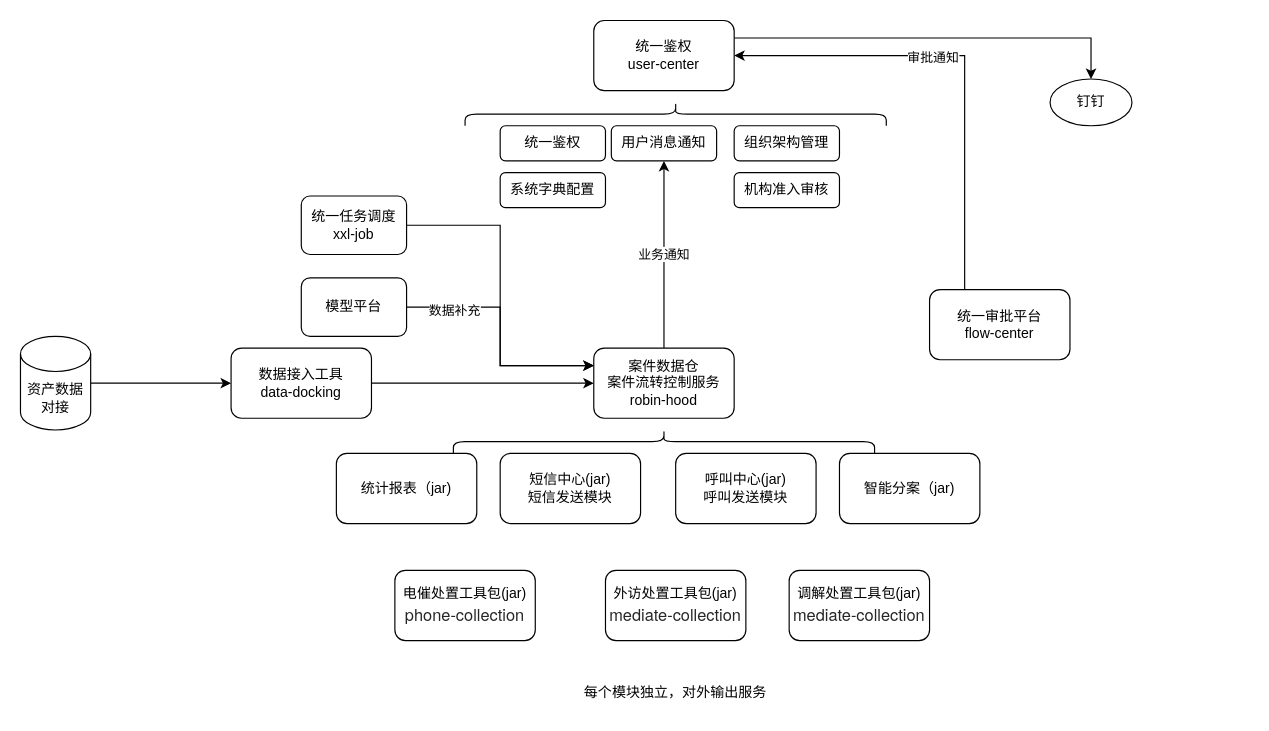
The draw.io diagram Untitled Diagram.drawio in chaomings/simple, before the edit. Source tidied: cells renumbered, new cells numbered last; positions are measured from the earlier drawing's top-left corner, leaving out a move shared by most shapes. Both pictures are drawn from the tidied source at 117%, with x=0, y=0 at pixel (20, -97).
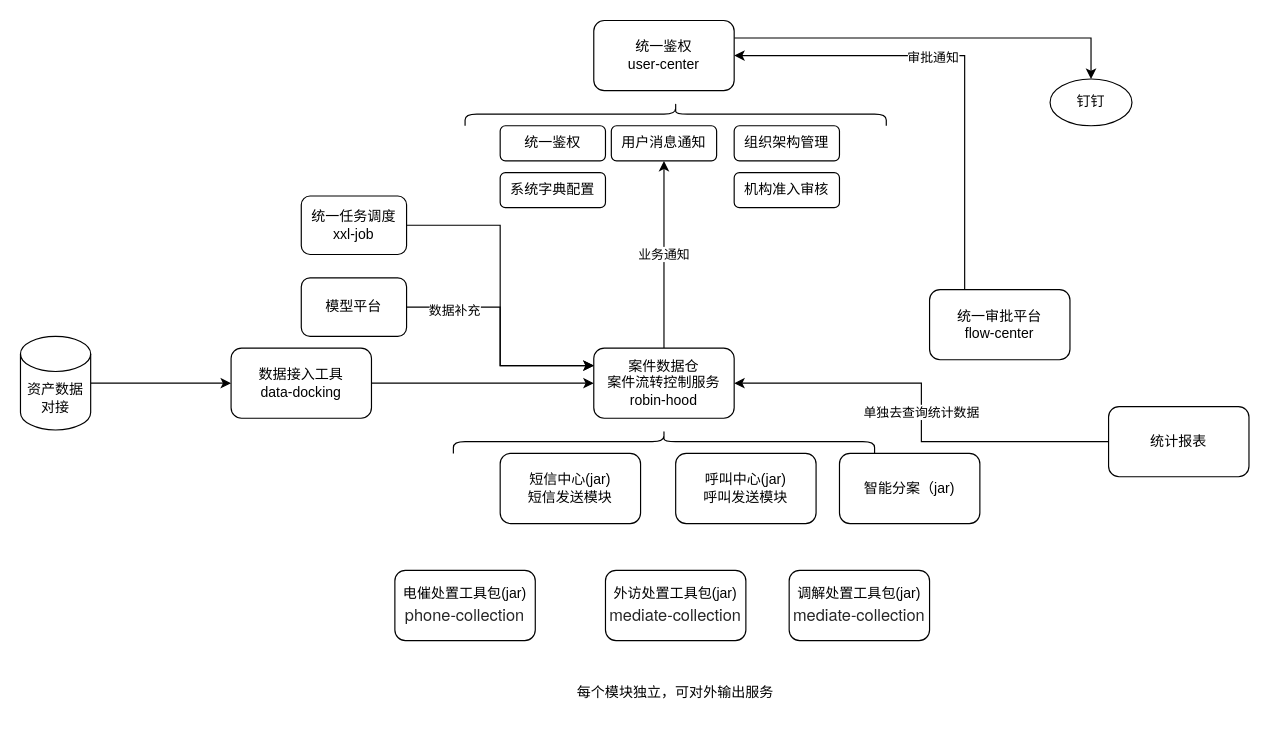
After the change.

Unchanged cells that the change refers to:
```xml
<mxCell id="9" value="案件数据仓&lt;br&gt;案件流转控制服务&lt;br&gt;robin-hood" style="rounded=1;whiteSpace=wrap;html=1;" parent="1" vertex="1">
  <mxGeometry x="490" y="380" width="120" height="60" as="geometry" />
</mxCell>
```

Change to the diagram source:
```diff
@@
+    <mxCell id="34" value="单独去查询统计数据" style="edgeStyle=orthogonalEdgeStyle;rounded=0;jettySize=auto;html=1;" parent="1" edge="1" source="32" target="9">
+      <mxGeometry relative="1" as="geometry" />
+    </mxCell>
-    <mxCell id="32" value="统计报表（jar)" style="rounded=1;whiteSpace=wrap;html=1;" parent="1" vertex="1">
-      <mxGeometry x="270" y="470" width="120" height="60" as="geometry" />
+    <mxCell id="32" value="统计报表" style="rounded=1;whiteSpace=wrap;html=1;" parent="1" vertex="1">
+      <mxGeometry x="930" y="430" width="120" height="60" as="geometry" />
     </mxCell>
-    <mxCell id="33" value="每个模块独立，对外输出服务" style="text;html=1;strokeColor=none;fillColor=none;align=center;verticalAlign=middle;whiteSpace=wrap;rounded=0;" parent="1" vertex="1">
+    <mxCell id="33" value="每个模块独立，可对外输出服务" style="text;html=1;strokeColor=none;fillColor=none;align=center;verticalAlign=middle;whiteSpace=wrap;rounded=0;" parent="1" vertex="1">
       <mxGeometry x="460" y="660" width="200" height="30" as="geometry" />
     </mxCell>
```
